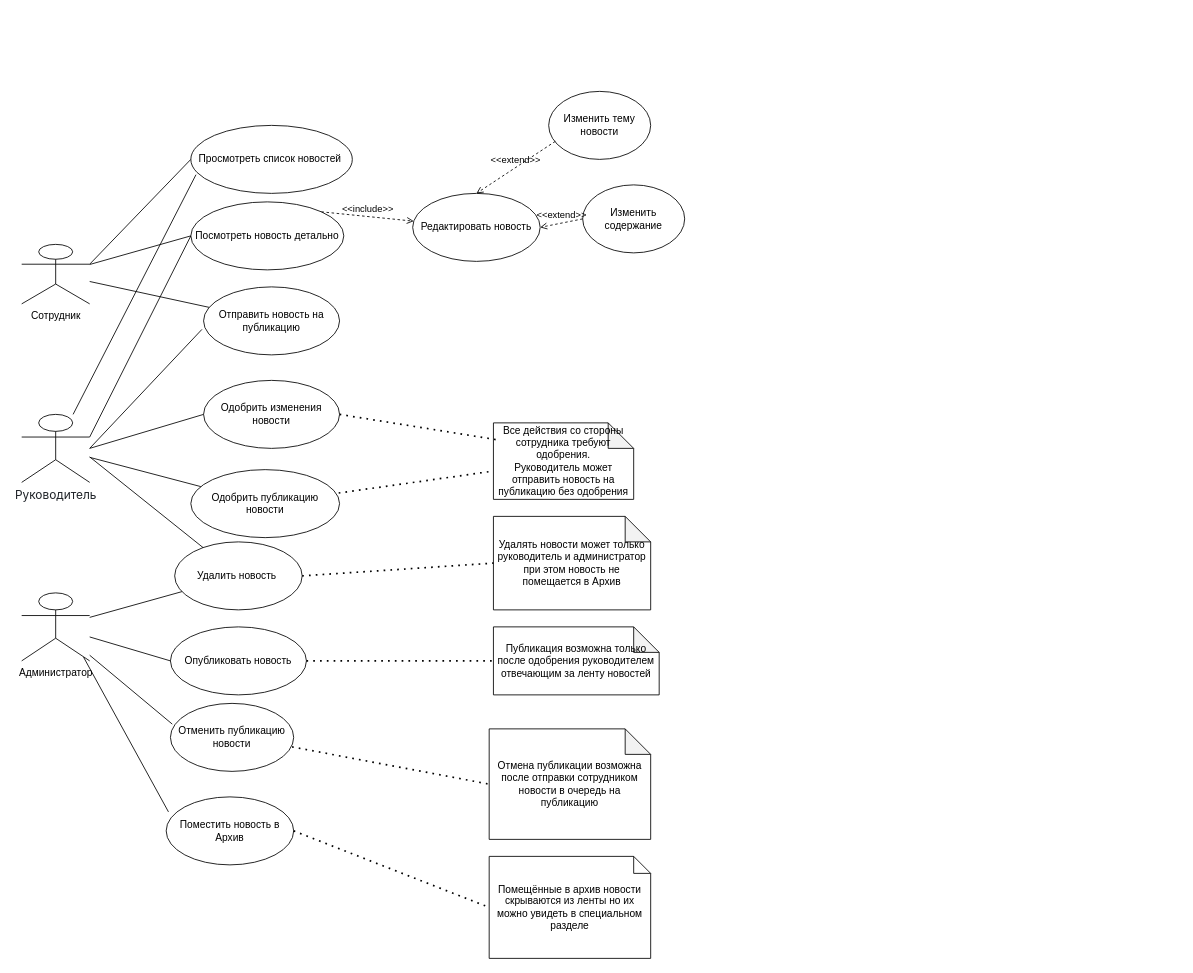
Before: Description/Newsfeed/Newsfeed_User.drawio in Fox5113/corporate-social-system, a draw.io diagram. Source tidied: cells renumbered, new cells numbered last; positions are measured from the earlier drawing's top-left corner, leaving out a move shared by most shapes. Both pictures are drawn from the tidied source at 85%, with x=0, y=0 at pixel (21, 91).
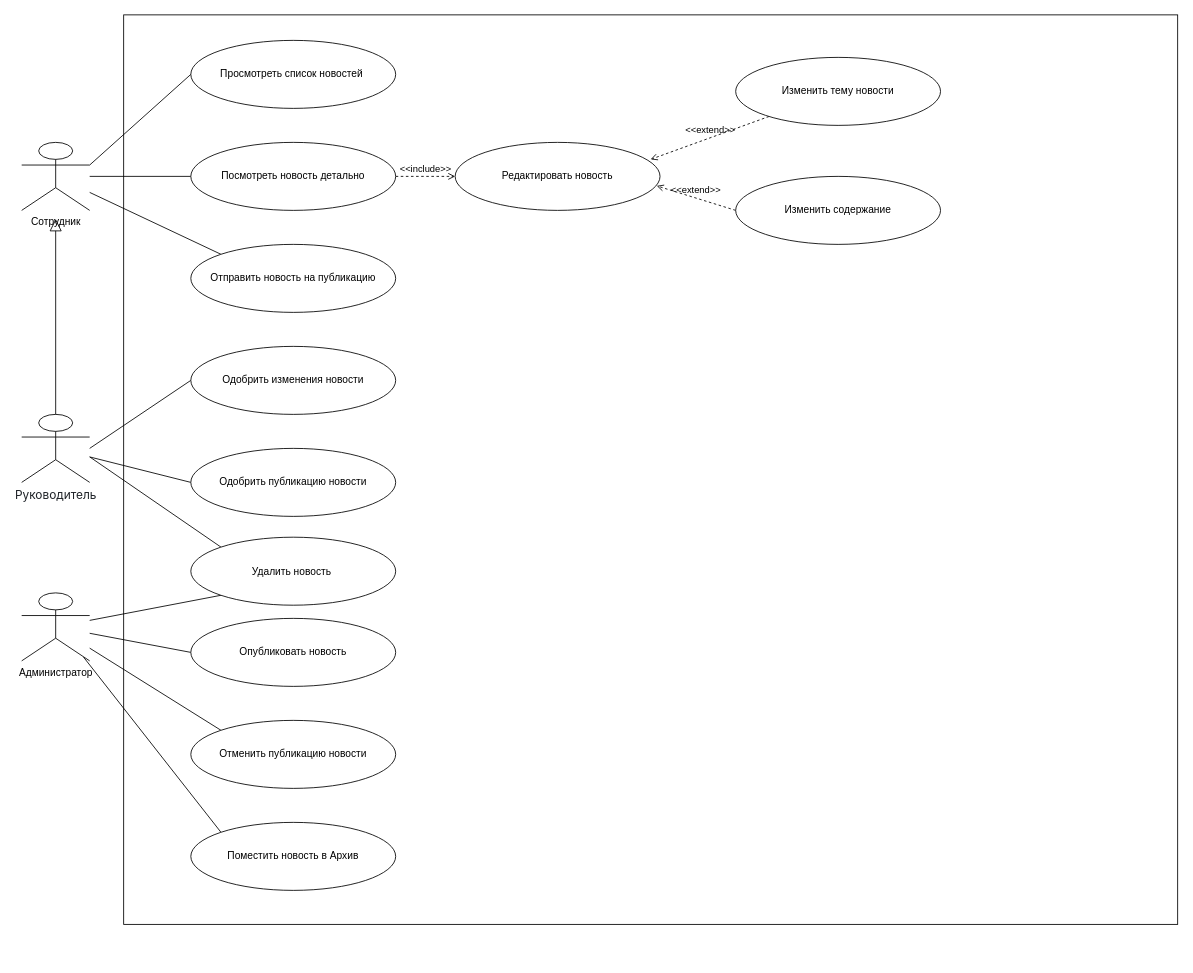
The same diagram, later.

The change refers to these unchanged cells:
```xml
<mxCell id="4" value="&lt;span style=&quot;color: rgb(31, 35, 40); font-family: -apple-system, BlinkMacSystemFont, &amp;quot;Segoe UI&amp;quot;, &amp;quot;Noto Sans&amp;quot;, Helvetica, Arial, sans-serif, &amp;quot;Apple Color Emoji&amp;quot;, &amp;quot;Segoe UI Emoji&amp;quot;; font-size: 14px; text-align: start; text-wrap: wrap; background-color: rgb(255, 255, 255);&quot;&gt;Руководитель&lt;/span&gt;&lt;div&gt;&lt;span style=&quot;color: rgb(31, 35, 40); font-family: -apple-system, BlinkMacSystemFont, &amp;quot;Segoe UI&amp;quot;, &amp;quot;Noto Sans&amp;quot;, Helvetica, Arial, sans-serif, &amp;quot;Apple Color Emoji&amp;quot;, &amp;quot;Segoe UI Emoji&amp;quot;; font-size: 14px; text-align: start; text-wrap: wrap; background-color: rgb(255, 255, 255);&quot;&gt;&lt;br&gt;&lt;/span&gt;&lt;/div&gt;" style="shape=umlActor;verticalLabelPosition=bottom;verticalAlign=top;html=1;outlineConnect=0;" parent="1" vertex="1">
  <mxGeometry y="380" width="80" height="80" as="geometry" />
</mxCell>
<mxCell id="6" value="Администратор" style="shape=umlActor;verticalLabelPosition=bottom;verticalAlign=top;html=1;" parent="1" vertex="1">
  <mxGeometry y="590" width="80" height="80" as="geometry" />
</mxCell>
```

What changed in the source:
```diff
@@
     <mxCell id="2" value="Сотрудник" style="shape=umlActor;verticalLabelPosition=bottom;verticalAlign=top;html=1;fontColor=default;" parent="1" vertex="1">
-      <mxGeometry y="180" width="80" height="70" as="geometry" />
+      <mxGeometry y="60" width="80" height="80" as="geometry" />
     </mxCell>
     <mxCell id="3" value="Просмотреть список новостей&amp;nbsp;" style="ellipse;whiteSpace=wrap;html=1;" parent="1" vertex="1">
-      <mxGeometry x="199" y="40" width="190" height="80" as="geometry" />
+      <mxGeometry x="199" y="-60" width="241" height="80" as="geometry" />
     </mxCell>
@@
-    <mxCell id="7" value="Посмотреть новость детально" style="ellipse;whiteSpace=wrap;html=1;" parent="1" vertex="1">
-      <mxGeometry x="199" y="130" width="180" height="80" as="geometry" />
-    </mxCell>
@@
-    <mxCell id="9" value="Одобрить публикацию новости" style="ellipse;whiteSpace=wrap;html=1;" parent="1" vertex="1">
-      <mxGeometry x="199" y="445" width="175" height="80" as="geometry" />
-    </mxCell>
-    <mxCell id="10" style="endArrow=none;html=1;rounded=0;entryX=0.032;entryY=0.725;entryDx=0;entryDy=0;entryPerimeter=0;" parent="1" edge="1" source="4" target="3">
-      <mxGeometry relative="1" as="geometry" />
-    </mxCell>
-    <mxCell id="11" style="endArrow=none;html=1;rounded=0;exitX=1;exitY=0.3333333333333333;exitDx=0;exitDy=0;exitPerimeter=0;entryX=0;entryY=0.5;entryDx=0;entryDy=0;" parent="1" edge="1" source="4" target="7">
-      <mxGeometry relative="1" as="geometry" />
-    </mxCell>
-    <mxCell id="12" value="Отправить новость на публикацию" style="ellipse;whiteSpace=wrap;html=1;" parent="1" vertex="1">
-      <mxGeometry x="214" y="230" width="160" height="80" as="geometry" />
-    </mxCell>
-    <mxCell id="13" style="endArrow=none;html=1;rounded=0;" parent="1" edge="1" source="2" target="12">
+    <mxCell id="13" style="endArrow=none;html=1;rounded=0;entryX=0;entryY=0;entryDx=0;entryDy=0;" parent="1" edge="1" source="2" target="12">
       <mxGeometry relative="1" as="geometry" />
     </mxCell>
-    <mxCell id="14" style="endArrow=none;html=1;rounded=0;" parent="1" edge="1" source="4" target="9">
+    <mxCell id="14" style="endArrow=none;html=1;rounded=0;entryX=0;entryY=0.5;entryDx=0;entryDy=0;" parent="1" edge="1" source="4" target="9">
       <mxGeometry relative="1" as="geometry" />
     </mxCell>
-    <mxCell id="15" style="endArrow=none;html=1;rounded=0;entryX=-0.012;entryY=0.625;entryDx=0;entryDy=0;entryPerimeter=0;" parent="1" edge="1" target="12">
-      <mxGeometry relative="1" as="geometry">
-        <mxPoint x="80" y="420" as="sourcePoint" />
-      </mxGeometry>
-    </mxCell>
-    <mxCell id="16" value="Опубликовать новость" style="ellipse;whiteSpace=wrap;html=1;" parent="1" vertex="1">
-      <mxGeometry x="175" y="630" width="160" height="80" as="geometry" />
-    </mxCell>
@@
-    <mxCell id="18" value="Одобрить изменения новости" style="ellipse;whiteSpace=wrap;html=1;" parent="1" vertex="1">
-      <mxGeometry x="214" y="340" width="160" height="80" as="geometry" />
-    </mxCell>
-    <mxCell id="19" value="Отменить публикацию новости" style="ellipse;whiteSpace=wrap;html=1;" parent="1" vertex="1">
-      <mxGeometry x="175" y="720" width="145" height="80" as="geometry" />
-    </mxCell>
-    <mxCell id="20" style="endArrow=none;html=1;rounded=0;entryX=0.015;entryY=0.305;entryDx=0;entryDy=0;entryPerimeter=0;" parent="1" edge="1" source="6" target="19">
+    <mxCell id="20" style="endArrow=none;html=1;rounded=0;entryX=0;entryY=0;entryDx=0;entryDy=0;" parent="1" edge="1" source="6" target="19">
       <mxGeometry relative="1" as="geometry" />
     </mxCell>
-    <mxCell id="21" value="Редактировать новость" style="ellipse;whiteSpace=wrap;html=1;" parent="1" vertex="1">
-      <mxGeometry x="460" y="120" width="150" height="80" as="geometry" />
-    </mxCell>
@@
-    <mxCell id="23" value="Изменить тему новости" style="ellipse;whiteSpace=wrap;html=1;" parent="1" vertex="1">
-      <mxGeometry x="620" width="120" height="80" as="geometry" />
-    </mxCell>
-    <mxCell id="24" value="&amp;lt;&amp;lt;include&amp;gt;&amp;gt;" style="html=1;verticalAlign=bottom;labelBackgroundColor=none;endArrow=open;endFill=0;dashed=1;rounded=0;exitX=1;exitY=0;exitDx=0;exitDy=0;" parent="1" edge="1" source="7" target="21">
+    <mxCell id="24" value="&amp;lt;&amp;lt;include&amp;gt;&amp;gt;" style="html=1;verticalAlign=bottom;labelBackgroundColor=none;endArrow=open;endFill=0;dashed=1;rounded=0;exitX=1;exitY=0.5;exitDx=0;exitDy=0;" parent="1" edge="1" source="7" target="21">
       <mxGeometry relative="1" as="geometry" />
     </mxCell>
-    <mxCell id="25" value="Изменить содержание" style="ellipse;whiteSpace=wrap;html=1;" parent="1" vertex="1">
-      <mxGeometry x="660" y="110" width="120" height="80" as="geometry" />
-    </mxCell>
-    <mxCell id="26" value="&amp;lt;&amp;lt;extend&amp;gt;&amp;gt;" style="html=1;verticalAlign=bottom;labelBackgroundColor=none;endArrow=open;endFill=0;dashed=1;rounded=0;entryX=0.5;entryY=0;entryDx=0;entryDy=0;exitX=0.065;exitY=0.735;exitDx=0;exitDy=0;exitPerimeter=0;" parent="1" edge="1" source="23" target="21">
+    <mxCell id="26" value="&amp;lt;&amp;lt;extend&amp;gt;&amp;gt;" style="html=1;verticalAlign=bottom;labelBackgroundColor=none;endArrow=open;endFill=0;dashed=1;rounded=0;entryX=0.954;entryY=0.25;entryDx=0;entryDy=0;entryPerimeter=0;" parent="1" edge="1" source="23" target="21">
       <mxGeometry relative="1" as="geometry" />
     </mxCell>
-    <mxCell id="27" value="&amp;lt;&amp;lt;extend&amp;gt;&amp;gt;" style="html=1;verticalAlign=bottom;labelBackgroundColor=none;endArrow=open;endFill=0;dashed=1;rounded=0;entryX=1;entryY=0.5;entryDx=0;entryDy=0;exitX=0;exitY=0.5;exitDx=0;exitDy=0;" parent="1" edge="1" source="25" target="21">
+    <mxCell id="27" value="&amp;lt;&amp;lt;extend&amp;gt;&amp;gt;" style="html=1;verticalAlign=bottom;labelBackgroundColor=none;endArrow=open;endFill=0;dashed=1;rounded=0;entryX=0.984;entryY=0.64;entryDx=0;entryDy=0;exitX=0;exitY=0.5;exitDx=0;exitDy=0;entryPerimeter=0;" parent="1" edge="1" source="25" target="21">
       <mxGeometry relative="1" as="geometry" />
     </mxCell>
+    <mxCell id="29" style="endArrow=none;html=1;rounded=0;exitX=0.91;exitY=0.945;exitDx=0;exitDy=0;exitPerimeter=0;entryX=0;entryY=0;entryDx=0;entryDy=0;" parent="1" edge="1" source="6" target="28">
+      <mxGeometry relative="1" as="geometry" />
+    </mxCell>
+    <mxCell id="35" style="endArrow=none;html=1;rounded=0;entryX=0;entryY=1;entryDx=0;entryDy=0;" parent="1" edge="1" source="6" target="34">
+      <mxGeometry relative="1" as="geometry" />
+    </mxCell>
+    <mxCell id="37" style="endArrow=none;html=1;rounded=0;entryX=0;entryY=0;entryDx=0;entryDy=0;" parent="1" edge="1" target="34">
+      <mxGeometry relative="1" as="geometry">
+        <mxPoint x="80" y="430" as="sourcePoint" />
+      </mxGeometry>
+    </mxCell>
+    <mxCell id="7" value="Посмотреть новость детально" style="ellipse;whiteSpace=wrap;html=1;" parent="1" vertex="1">
+      <mxGeometry x="199" y="60" width="241" height="80" as="geometry" />
+    </mxCell>
+    <mxCell id="21" value="Редактировать новость" style="ellipse;whiteSpace=wrap;html=1;" parent="1" vertex="1">
+      <mxGeometry x="510" y="60" width="241" height="80" as="geometry" />
+    </mxCell>
+    <mxCell id="23" value="Изменить тему новости" style="ellipse;whiteSpace=wrap;html=1;" parent="1" vertex="1">
+      <mxGeometry x="840" y="-40" width="241" height="80" as="geometry" />
+    </mxCell>
+    <mxCell id="25" value="Изменить содержание" style="ellipse;whiteSpace=wrap;html=1;" parent="1" vertex="1">
+      <mxGeometry x="840" y="100" width="241" height="80" as="geometry" />
+    </mxCell>
+    <mxCell id="12" value="Отправить новость на публикацию" style="ellipse;whiteSpace=wrap;html=1;" parent="1" vertex="1">
+      <mxGeometry x="199" y="180" width="241" height="80" as="geometry" />
+    </mxCell>
+    <mxCell id="44" style="edgeStyle=none;html=1;endArrow=block;endFill=0;endSize=12;verticalAlign=bottom;rounded=0;exitX=0.5;exitY=0;exitDx=0;exitDy=0;exitPerimeter=0;" parent="1" edge="1" source="4">
+      <mxGeometry relative="1" as="geometry">
+        <mxPoint x="40" y="150" as="targetPoint" />
+      </mxGeometry>
+    </mxCell>
+    <mxCell id="18" value="Одобрить изменения новости" style="ellipse;whiteSpace=wrap;html=1;" parent="1" vertex="1">
+      <mxGeometry x="199" y="300" width="241" height="80" as="geometry" />
+    </mxCell>
+    <mxCell id="9" value="Одобрить публикацию новости" style="ellipse;whiteSpace=wrap;html=1;" parent="1" vertex="1">
+      <mxGeometry x="199" y="420" width="241" height="80" as="geometry" />
+    </mxCell>
+    <mxCell id="34" value="Удалить новость&amp;nbsp;" style="ellipse;whiteSpace=wrap;html=1;" parent="1" vertex="1">
+      <mxGeometry x="199" y="524.5" width="241" height="80" as="geometry" />
+    </mxCell>
+    <mxCell id="16" value="Опубликовать новость" style="ellipse;whiteSpace=wrap;html=1;" parent="1" vertex="1">
+      <mxGeometry x="199" y="620" width="241" height="80" as="geometry" />
+    </mxCell>
+    <mxCell id="19" value="Отменить публикацию новости" style="ellipse;whiteSpace=wrap;html=1;" parent="1" vertex="1">
+      <mxGeometry x="199" y="740" width="241" height="80" as="geometry" />
+    </mxCell>
     <mxCell id="28" value="Поместить новость в Архив" style="ellipse;whiteSpace=wrap;html=1;" parent="1" vertex="1">
-      <mxGeometry x="170" y="830" width="150" height="80" as="geometry" />
+      <mxGeometry x="199" y="860" width="241" height="80" as="geometry" />
     </mxCell>
-    <mxCell id="29" style="endArrow=none;html=1;rounded=0;exitX=0.91;exitY=0.945;exitDx=0;exitDy=0;exitPerimeter=0;entryX=0.018;entryY=0.221;entryDx=0;entryDy=0;entryPerimeter=0;" parent="1" edge="1" source="6" target="28">
-      <mxGeometry relative="1" as="geometry" />
-    </mxCell>
-    <mxCell id="30" value="Помещённые в архив новости скрываются из ленты но их можно увидеть в специальном разделе" style="shape=note;size=20;whiteSpace=wrap;html=1;" parent="1" vertex="1">
-      <mxGeometry x="550" y="900" width="190" height="120" as="geometry" />
-    </mxCell>
-    <mxCell id="31" style="endArrow=none;dashed=1;html=1;dashPattern=1 3;strokeWidth=2;rounded=0;exitX=1;exitY=0.5;exitDx=0;exitDy=0;entryX=0;entryY=0.5;entryDx=0;entryDy=0;entryPerimeter=0;" parent="1" edge="1" source="28" target="30">
-      <mxGeometry relative="1" as="geometry" />
-    </mxCell>
-    <mxCell id="32" value="Отмена публикации возможна после отправки сотрудником новости в очередь на публикацию" style="shape=note;whiteSpace=wrap;html=1;backgroundOutline=1;darkOpacity=0.05;" parent="1" vertex="1">
-      <mxGeometry x="550" y="750" width="190" height="130" as="geometry" />
-    </mxCell>
-    <mxCell id="33" style="endArrow=none;dashed=1;html=1;dashPattern=1 3;strokeWidth=2;rounded=0;exitX=0.987;exitY=0.64;exitDx=0;exitDy=0;exitPerimeter=0;entryX=0;entryY=0.5;entryDx=0;entryDy=0;entryPerimeter=0;" parent="1" edge="1" source="19" target="32">
-      <mxGeometry relative="1" as="geometry" />
-    </mxCell>
-    <mxCell id="34" value="Удалить новость&amp;nbsp;" style="ellipse;whiteSpace=wrap;html=1;" parent="1" vertex="1">
-      <mxGeometry x="180" y="530" width="150" height="80" as="geometry" />
-    </mxCell>
-    <mxCell id="35" style="endArrow=none;html=1;rounded=0;" parent="1" edge="1" source="6" target="34">
-      <mxGeometry relative="1" as="geometry" />
-    </mxCell>
-    <mxCell id="36" value="Публикация возможна только после одобрения руководителем отвечающим за ленту новостей" style="shape=note;whiteSpace=wrap;html=1;backgroundOutline=1;darkOpacity=0.05;" parent="1" vertex="1">
-      <mxGeometry x="555" y="630" width="195" height="80" as="geometry" />
-    </mxCell>
-    <mxCell id="37" style="endArrow=none;html=1;rounded=0;" parent="1" edge="1" target="34">
-      <mxGeometry relative="1" as="geometry">
-        <mxPoint x="80" y="430" as="sourcePoint" />
-      </mxGeometry>
-    </mxCell>
-    <mxCell id="38" style="endArrow=none;dashed=1;html=1;dashPattern=1 3;strokeWidth=2;rounded=0;exitX=1;exitY=0.5;exitDx=0;exitDy=0;entryX=0;entryY=0.5;entryDx=0;entryDy=0;entryPerimeter=0;" parent="1" edge="1" source="16" target="36">
-      <mxGeometry relative="1" as="geometry" />
-    </mxCell>
-    <mxCell id="39" value="Удалять новости может только руководитель и администратор при этом новость не помещается в Архив" style="shape=note;whiteSpace=wrap;html=1;backgroundOutline=1;darkOpacity=0.05;" parent="1" vertex="1">
-      <mxGeometry x="555" y="500" width="185" height="110" as="geometry" />
-    </mxCell>
-    <mxCell id="40" style="endArrow=none;dashed=1;html=1;dashPattern=1 3;strokeWidth=2;rounded=0;exitX=1;exitY=0.5;exitDx=0;exitDy=0;entryX=0;entryY=0.5;entryDx=0;entryDy=0;entryPerimeter=0;" parent="1" edge="1" source="34" target="39">
-      <mxGeometry relative="1" as="geometry" />
-    </mxCell>
-    <mxCell id="41" value="Все действия со стороны сотрудника требуют одобрения.&lt;br&gt;Руководитель может отправить новость на публикацию без одобрения" style="shape=note;whiteSpace=wrap;html=1;backgroundOutline=1;darkOpacity=0.05;" parent="1" vertex="1">
-      <mxGeometry x="555" y="390" width="165" height="90" as="geometry" />
-    </mxCell>
-    <mxCell id="42" style="endArrow=none;dashed=1;html=1;dashPattern=1 3;strokeWidth=2;rounded=0;exitX=0.994;exitY=0.344;exitDx=0;exitDy=0;exitPerimeter=0;" parent="1" edge="1" source="9" target="41">
-      <mxGeometry relative="1" as="geometry" />
-    </mxCell>
-    <mxCell id="43" style="endArrow=none;dashed=1;html=1;dashPattern=1 3;strokeWidth=2;rounded=0;exitX=1;exitY=0.5;exitDx=0;exitDy=0;" parent="1" edge="1" source="18">
-      <mxGeometry relative="1" as="geometry">
-        <mxPoint x="560" y="410" as="targetPoint" />
-      </mxGeometry>
-    </mxCell>
+    <mxCell id="45" style="rounded=0;whiteSpace=wrap;html=1;align=right;fillColor=none;" parent="1" vertex="1">
+      <mxGeometry x="120" y="-90" width="1240" height="1070" as="geometry" />
+    </mxCell>
```
